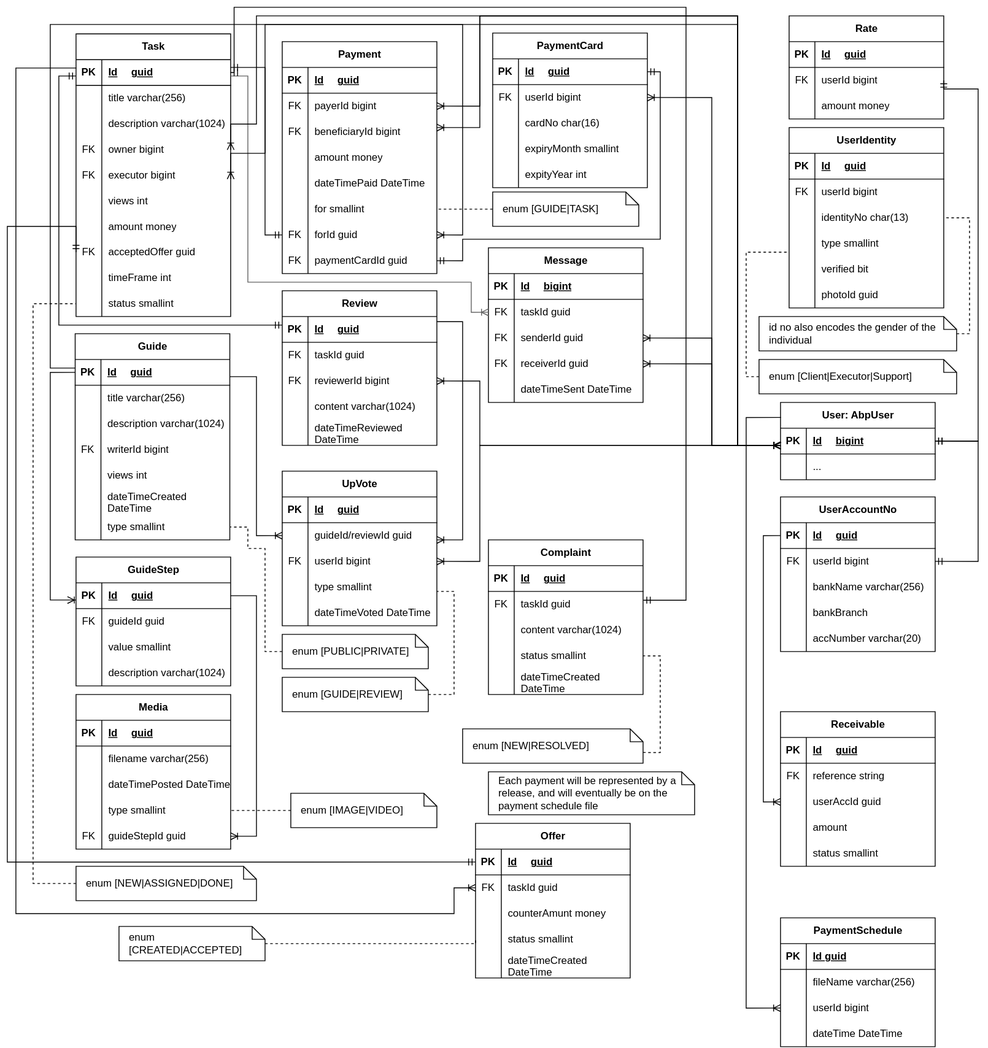
This is docs/assets/howto-domain.svg from teboho/how-to, a draw.io export, as it was before one commit. Source tidied: cells renumbered, new cells last; positions are measured from the earlier drawing's top-left corner, leaving out a move shared by most shapes.
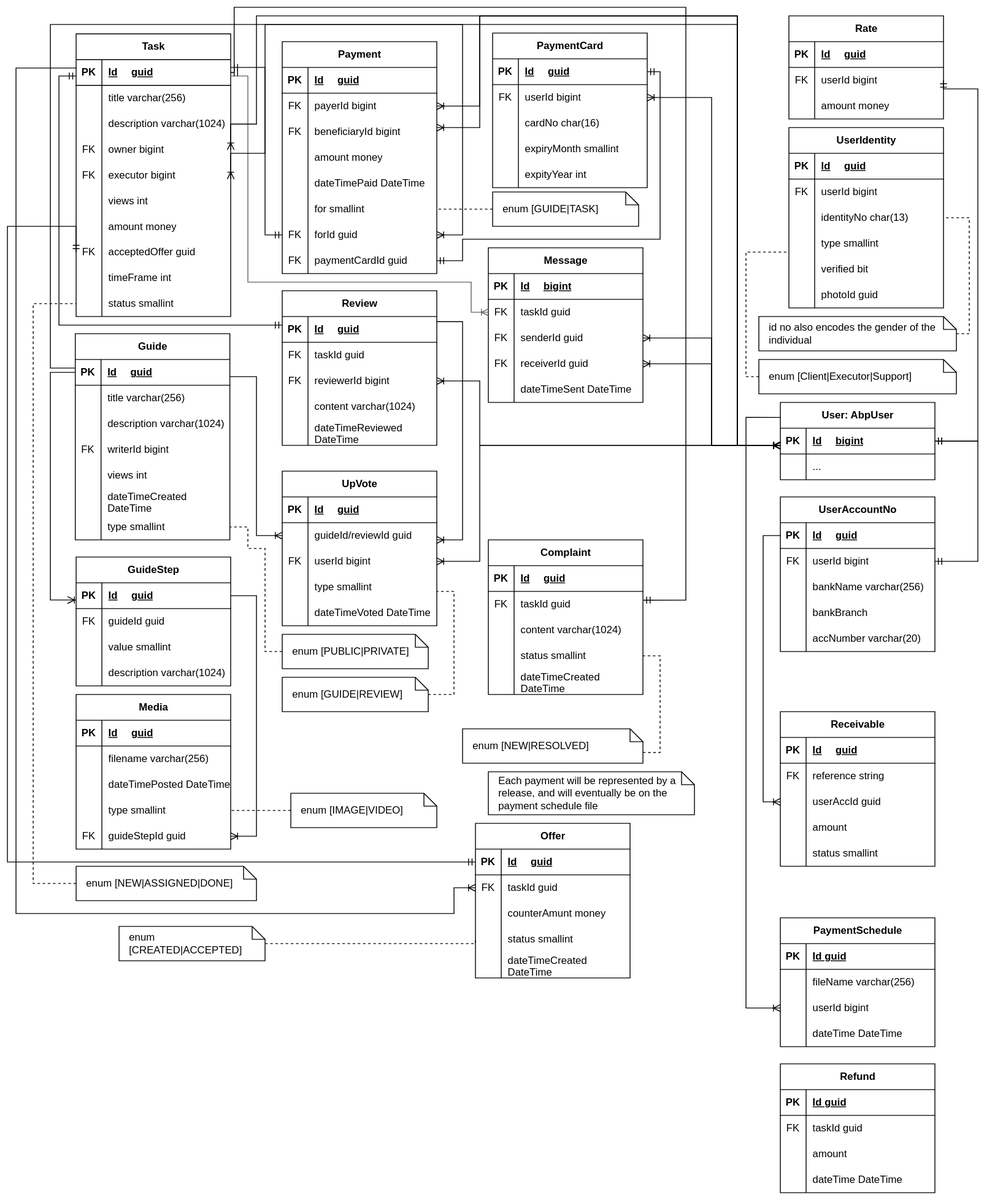
After the commit.

Commit message:
latest domain and spec

The edit, as a diff of the source:
```diff
@@ -1182,5 +1182,44 @@
         </Array>
       </mxGeometry>
     </mxCell>
+    <mxCell id="330" value="Refund" style="shape=table;startSize=30;rowLines=0;fontStyle=1;align=center;html=1;" parent="1" vertex="1">
+      <mxGeometry x="900" y="1230" width="180" height="150" as="geometry" />
+    </mxCell>
+    <mxCell id="331" style="shape=tableRow;horizontal=0;startSize=0;swimlaneHead=0;swimlaneBody=0;fillColor=none;top=0;left=0;right=0;bottom=1;" parent="330" vertex="1">
+      <mxGeometry y="30" width="180" height="30" as="geometry" />
+    </mxCell>
+    <mxCell id="332" value="PK" style="shape=partialRectangle;fillColor=none;top=0;left=0;bottom=0;right=0;fontStyle=1;overflow=hidden;whiteSpace=wrap;html=1;" parent="331" vertex="1">
+      <mxGeometry width="30" height="30" as="geometry" />
+    </mxCell>
+    <mxCell id="333" value="Id guid" style="shape=partialRectangle;fillColor=none;top=0;left=0;bottom=0;right=0;align=left;spacingLeft=6;fontStyle=5;overflow=hidden;whiteSpace=wrap;html=1;" parent="331" vertex="1">
+      <mxGeometry x="30" width="150" height="30" as="geometry" />
+    </mxCell>
+    <mxCell id="334" style="shape=tableRow;horizontal=0;startSize=0;swimlaneHead=0;swimlaneBody=0;fillColor=none;top=0;left=0;right=0;bottom=0;" parent="330" vertex="1">
+      <mxGeometry y="60" width="180" height="30" as="geometry" />
+    </mxCell>
+    <mxCell id="335" value="FK" style="shape=partialRectangle;fillColor=none;top=0;left=0;bottom=0;right=0;overflow=hidden;whiteSpace=wrap;html=1;" parent="334" vertex="1">
+      <mxGeometry width="30" height="30" as="geometry" />
+    </mxCell>
+    <mxCell id="336" value="taskId guid" style="shape=partialRectangle;fillColor=none;top=0;left=0;bottom=0;right=0;align=left;spacingLeft=6;overflow=hidden;whiteSpace=wrap;html=1;" parent="334" vertex="1">
+      <mxGeometry x="30" width="150" height="30" as="geometry" />
+    </mxCell>
+    <mxCell id="337" style="shape=tableRow;horizontal=0;startSize=0;swimlaneHead=0;swimlaneBody=0;fillColor=none;top=0;left=0;right=0;bottom=0;" parent="330" vertex="1">
+      <mxGeometry y="90" width="180" height="30" as="geometry" />
+    </mxCell>
+    <mxCell id="338" style="shape=partialRectangle;fillColor=none;top=0;left=0;bottom=0;right=0;overflow=hidden;whiteSpace=wrap;html=1;" parent="337" vertex="1">
+      <mxGeometry width="30" height="30" as="geometry" />
+    </mxCell>
+    <mxCell id="339" value="amount" style="shape=partialRectangle;fillColor=none;top=0;left=0;bottom=0;right=0;align=left;spacingLeft=6;overflow=hidden;whiteSpace=wrap;html=1;" parent="337" vertex="1">
+      <mxGeometry x="30" width="150" height="30" as="geometry" />
+    </mxCell>
+    <mxCell id="340" style="shape=tableRow;horizontal=0;startSize=0;swimlaneHead=0;swimlaneBody=0;fillColor=none;top=0;left=0;right=0;bottom=0;" parent="330" vertex="1">
+      <mxGeometry y="120" width="180" height="30" as="geometry" />
+    </mxCell>
+    <mxCell id="341" style="shape=partialRectangle;fillColor=none;top=0;left=0;bottom=0;right=0;overflow=hidden;whiteSpace=wrap;html=1;" parent="340" vertex="1">
+      <mxGeometry width="30" height="30" as="geometry" />
+    </mxCell>
+    <mxCell id="342" value="dateTime DateTime" style="shape=partialRectangle;fillColor=none;top=0;left=0;bottom=0;right=0;align=left;spacingLeft=6;overflow=hidden;whiteSpace=wrap;html=1;" parent="340" vertex="1">
+      <mxGeometry x="30" width="150" height="30" as="geometry" />
+    </mxCell>
   </root>
 </mxGraphModel>
```
